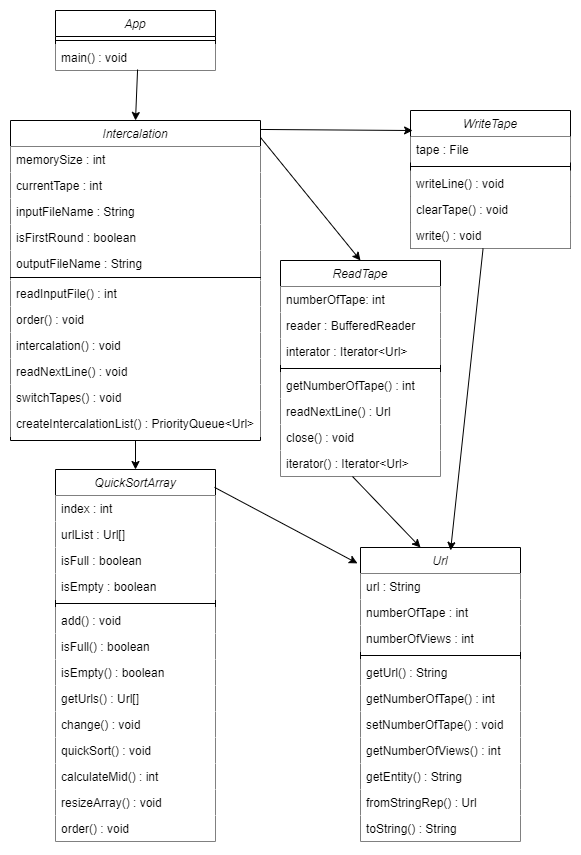
Above: images/diagramaDeClasses.png in luanaassis/fitas (draw.io), before the change. Source tidied: cells renumbered, new cells last; positions are measured from the earlier drawing's top-left corner, leaving out a move shared by most shapes. Its diagram source:
```xml
<mxGraphModel>
  <root>
    <mxCell id="0" />
    <mxCell id="1" parent="0" />
    <mxCell id="2" value="App" style="swimlane;fontStyle=2;align=center;verticalAlign=top;horizontal=1;startSize=26;rounded=0;shadow=0;strokeWidth=1;fillColor=#FFFFFF;" parent="1" vertex="1">
      <mxGeometry x="45" width="160" height="60" as="geometry" />
    </mxCell>
    <mxCell id="3" style="line;html=1;strokeWidth=1;align=left;verticalAlign=middle;spacingTop=-1;spacingLeft=3;spacingRight=3;labelPosition=right;fillColor=#FFFFFF;" parent="2" vertex="1">
      <mxGeometry y="26" width="160" height="8" as="geometry" />
    </mxCell>
    <mxCell id="4" value="main() : void" style="text;align=left;verticalAlign=top;spacingLeft=4;spacingRight=4;overflow=hidden;points=[[0,0.5],[1,0.5]];portConstraint=eastwest;fillColor=#FFFFFF;" parent="2" vertex="1">
      <mxGeometry y="34" width="160" height="26" as="geometry" />
    </mxCell>
    <mxCell id="5" value="Intercalation" style="swimlane;fontStyle=2;align=center;verticalAlign=top;horizontal=1;startSize=26;rounded=0;shadow=0;strokeWidth=1;fillColor=#FFFFFF;" parent="1" vertex="1">
      <mxGeometry y="110" width="250" height="320" as="geometry" />
    </mxCell>
    <mxCell id="6" value="memorySize : int" style="text;align=left;verticalAlign=top;spacingLeft=4;spacingRight=4;overflow=hidden;fillColor=#FFFFFF;" parent="5" vertex="1">
      <mxGeometry y="26" width="250" height="26" as="geometry" />
    </mxCell>
    <mxCell id="7" value="currentTape : int" style="text;align=left;verticalAlign=top;spacingLeft=4;spacingRight=4;overflow=hidden;fillColor=#FFFFFF;" parent="5" vertex="1">
      <mxGeometry y="52" width="250" height="26" as="geometry" />
    </mxCell>
    <mxCell id="8" value="inputFileName : String" style="text;align=left;verticalAlign=top;spacingLeft=4;spacingRight=4;overflow=hidden;fillColor=#FFFFFF;" parent="5" vertex="1">
      <mxGeometry y="78" width="250" height="26" as="geometry" />
    </mxCell>
    <mxCell id="9" value="isFirstRound : boolean" style="text;align=left;verticalAlign=top;spacingLeft=4;spacingRight=4;overflow=hidden;fillColor=#FFFFFF;" parent="5" vertex="1">
      <mxGeometry y="104" width="250" height="26" as="geometry" />
    </mxCell>
    <mxCell id="10" value="outputFileName : String" style="text;align=left;verticalAlign=top;spacingLeft=4;spacingRight=4;overflow=hidden;fillColor=#FFFFFF;" parent="5" vertex="1">
      <mxGeometry y="130" width="250" height="26" as="geometry" />
    </mxCell>
    <mxCell id="11" style="line;html=1;strokeWidth=1;align=left;verticalAlign=middle;spacingTop=-1;spacingLeft=3;spacingRight=3;labelPosition=right;fillColor=#FFFFFF;" parent="5" vertex="1">
      <mxGeometry y="156" width="250" height="2" as="geometry" />
    </mxCell>
    <mxCell id="12" style="text;align=left;verticalAlign=top;spacingLeft=4;spacingRight=4;overflow=hidden;fillColor=#FFFFFF;" parent="5" vertex="1">
      <mxGeometry y="158" width="250" height="2" as="geometry" />
    </mxCell>
    <mxCell id="13" value="readInputFile() : int" style="text;align=left;verticalAlign=top;spacingLeft=4;spacingRight=4;overflow=hidden;fillColor=#FFFFFF;" parent="5" vertex="1">
      <mxGeometry y="160" width="250" height="26" as="geometry" />
    </mxCell>
    <mxCell id="14" value="order() : void" style="text;align=left;verticalAlign=top;spacingLeft=4;spacingRight=4;overflow=hidden;fillColor=#FFFFFF;" parent="5" vertex="1">
      <mxGeometry y="186" width="250" height="26" as="geometry" />
    </mxCell>
    <mxCell id="15" value="intercalation() : void" style="text;align=left;verticalAlign=top;spacingLeft=4;spacingRight=4;overflow=hidden;fillColor=#FFFFFF;" parent="5" vertex="1">
      <mxGeometry y="212" width="250" height="26" as="geometry" />
    </mxCell>
    <mxCell id="16" value="readNextLine() : void" style="text;align=left;verticalAlign=top;spacingLeft=4;spacingRight=4;overflow=hidden;fillColor=#FFFFFF;" parent="5" vertex="1">
      <mxGeometry y="238" width="250" height="26" as="geometry" />
    </mxCell>
    <mxCell id="17" value="switchTapes() : void" style="text;align=left;verticalAlign=top;spacingLeft=4;spacingRight=4;overflow=hidden;fillColor=#FFFFFF;" parent="5" vertex="1">
      <mxGeometry y="264" width="250" height="26" as="geometry" />
    </mxCell>
    <mxCell id="18" value="createIntercalationList() : PriorityQueue&lt;Url&gt;" style="text;align=left;verticalAlign=top;spacingLeft=4;spacingRight=4;overflow=hidden;fillColor=#FFFFFF;" parent="5" vertex="1">
      <mxGeometry y="290" width="250" height="26" as="geometry" />
    </mxCell>
    <mxCell id="19" value="QuickSortArray" style="swimlane;fontStyle=2;align=center;verticalAlign=top;horizontal=1;startSize=26;rounded=0;shadow=0;strokeWidth=1;fillColor=#FFFFFF;" parent="1" vertex="1">
      <mxGeometry x="45" y="459" width="160" height="372" as="geometry" />
    </mxCell>
    <mxCell id="20" value="index : int" style="text;align=left;verticalAlign=top;spacingLeft=4;spacingRight=4;overflow=hidden;fillColor=#FFFFFF;" parent="19" vertex="1">
      <mxGeometry y="26" width="160" height="26" as="geometry" />
    </mxCell>
    <mxCell id="21" value="urlList : Url[]" style="text;align=left;verticalAlign=top;spacingLeft=4;spacingRight=4;overflow=hidden;rounded=0;shadow=0;html=0;fillColor=#FFFFFF;" parent="19" vertex="1">
      <mxGeometry y="52" width="160" height="26" as="geometry" />
    </mxCell>
    <mxCell id="22" value="isFull : boolean " style="text;align=left;verticalAlign=top;spacingLeft=4;spacingRight=4;overflow=hidden;rounded=0;shadow=0;html=0;fillColor=#FFFFFF;" parent="19" vertex="1">
      <mxGeometry y="78" width="160" height="26" as="geometry" />
    </mxCell>
    <mxCell id="23" value="isEmpty : boolean " style="text;align=left;verticalAlign=top;spacingLeft=4;spacingRight=4;overflow=hidden;rounded=0;shadow=0;html=0;fillColor=#FFFFFF;" parent="19" vertex="1">
      <mxGeometry y="104" width="160" height="26" as="geometry" />
    </mxCell>
    <mxCell id="24" style="line;html=1;strokeWidth=1;align=left;verticalAlign=middle;spacingTop=-1;spacingLeft=3;spacingRight=3;labelPosition=right;fillColor=#FFFFFF;" parent="19" vertex="1">
      <mxGeometry y="130" width="160" height="8" as="geometry" />
    </mxCell>
    <mxCell id="25" value="add() : void" style="text;align=left;verticalAlign=top;spacingLeft=4;spacingRight=4;overflow=hidden;rounded=0;shadow=0;html=0;fillColor=#FFFFFF;" parent="19" vertex="1">
      <mxGeometry y="138" width="160" height="26" as="geometry" />
    </mxCell>
    <mxCell id="26" value="isFull() : boolean" style="text;align=left;verticalAlign=top;spacingLeft=4;spacingRight=4;overflow=hidden;rounded=0;shadow=0;html=0;fillColor=#FFFFFF;" parent="19" vertex="1">
      <mxGeometry y="164" width="160" height="26" as="geometry" />
    </mxCell>
    <mxCell id="27" value="isEmpty() : boolean" style="text;align=left;verticalAlign=top;spacingLeft=4;spacingRight=4;overflow=hidden;rounded=0;shadow=0;html=0;fillColor=#FFFFFF;" parent="19" vertex="1">
      <mxGeometry y="190" width="160" height="26" as="geometry" />
    </mxCell>
    <mxCell id="28" value="getUrls() : Url[]" style="text;align=left;verticalAlign=top;spacingLeft=4;spacingRight=4;overflow=hidden;rounded=0;shadow=0;html=0;fillColor=#FFFFFF;" parent="19" vertex="1">
      <mxGeometry y="216" width="160" height="26" as="geometry" />
    </mxCell>
    <mxCell id="29" value="change() : void" style="text;align=left;verticalAlign=top;spacingLeft=4;spacingRight=4;overflow=hidden;rounded=0;shadow=0;html=0;fillColor=#FFFFFF;" parent="19" vertex="1">
      <mxGeometry y="242" width="160" height="26" as="geometry" />
    </mxCell>
    <mxCell id="30" value="quickSort() : void" style="text;align=left;verticalAlign=top;spacingLeft=4;spacingRight=4;overflow=hidden;rounded=0;shadow=0;html=0;fillColor=#FFFFFF;" parent="19" vertex="1">
      <mxGeometry y="268" width="160" height="26" as="geometry" />
    </mxCell>
    <mxCell id="31" value="calculateMid() : int" style="text;align=left;verticalAlign=top;spacingLeft=4;spacingRight=4;overflow=hidden;rounded=0;shadow=0;html=0;fillColor=#FFFFFF;" parent="19" vertex="1">
      <mxGeometry y="294" width="160" height="26" as="geometry" />
    </mxCell>
    <mxCell id="32" value="resizeArray() : void" style="text;align=left;verticalAlign=top;spacingLeft=4;spacingRight=4;overflow=hidden;rounded=0;shadow=0;html=0;fillColor=#FFFFFF;" parent="19" vertex="1">
      <mxGeometry y="320" width="160" height="26" as="geometry" />
    </mxCell>
    <mxCell id="33" value="order() : void" style="text;align=left;verticalAlign=top;spacingLeft=4;spacingRight=4;overflow=hidden;rounded=0;shadow=0;html=0;fillColor=#FFFFFF;" parent="19" vertex="1">
      <mxGeometry y="346" width="160" height="26" as="geometry" />
    </mxCell>
    <mxCell id="34" value="ReadTape&#10;" style="swimlane;fontStyle=2;align=center;verticalAlign=top;horizontal=1;startSize=26;rounded=0;shadow=0;strokeWidth=1;fillColor=#FFFFFF;" parent="1" vertex="1">
      <mxGeometry x="270" y="250" width="160" height="216" as="geometry" />
    </mxCell>
    <mxCell id="35" value="numberOfTape: int" style="text;align=left;verticalAlign=top;spacingLeft=4;spacingRight=4;overflow=hidden;fillColor=#FFFFFF;" parent="34" vertex="1">
      <mxGeometry y="26" width="160" height="26" as="geometry" />
    </mxCell>
    <mxCell id="36" value="reader : BufferedReader" style="text;align=left;verticalAlign=top;spacingLeft=4;spacingRight=4;overflow=hidden;rounded=0;shadow=0;html=0;fillColor=#FFFFFF;" parent="34" vertex="1">
      <mxGeometry y="52" width="160" height="26" as="geometry" />
    </mxCell>
    <mxCell id="37" value="interator : Iterator&lt;Url&gt;&#10;" style="text;align=left;verticalAlign=top;spacingLeft=4;spacingRight=4;overflow=hidden;rounded=0;shadow=0;html=0;fillColor=#FFFFFF;" parent="34" vertex="1">
      <mxGeometry y="78" width="160" height="26" as="geometry" />
    </mxCell>
    <mxCell id="38" style="line;html=1;strokeWidth=1;align=left;verticalAlign=middle;spacingTop=-1;spacingLeft=3;spacingRight=3;labelPosition=right;fillColor=#FFFFFF;" parent="34" vertex="1">
      <mxGeometry y="104" width="160" height="8" as="geometry" />
    </mxCell>
    <mxCell id="39" value="getNumberOfTape() : int" style="text;align=left;verticalAlign=top;spacingLeft=4;spacingRight=4;overflow=hidden;fillColor=#FFFFFF;" parent="34" vertex="1">
      <mxGeometry y="112" width="160" height="26" as="geometry" />
    </mxCell>
    <mxCell id="40" value="readNextLine() : Url" style="text;align=left;verticalAlign=top;spacingLeft=4;spacingRight=4;overflow=hidden;fillColor=#FFFFFF;" parent="34" vertex="1">
      <mxGeometry y="138" width="160" height="26" as="geometry" />
    </mxCell>
    <mxCell id="41" value="close() : void" style="text;align=left;verticalAlign=top;spacingLeft=4;spacingRight=4;overflow=hidden;fillColor=#FFFFFF;" parent="34" vertex="1">
      <mxGeometry y="164" width="160" height="26" as="geometry" />
    </mxCell>
    <mxCell id="42" value="iterator() : Iterator&lt;Url&gt;" style="text;align=left;verticalAlign=top;spacingLeft=4;spacingRight=4;overflow=hidden;points=[[0,0.5],[1,0.5]];portConstraint=eastwest;fillColor=#FFFFFF;" parent="34" vertex="1">
      <mxGeometry y="190" width="160" height="26" as="geometry" />
    </mxCell>
    <mxCell id="43" value="Url" style="swimlane;fontStyle=2;align=center;verticalAlign=top;horizontal=1;startSize=26;rounded=0;shadow=0;strokeWidth=1;fillColor=#FFFFFF;" parent="1" vertex="1">
      <mxGeometry x="350" y="537" width="160" height="294" as="geometry" />
    </mxCell>
    <mxCell id="44" value="url : String" style="text;align=left;verticalAlign=top;spacingLeft=4;spacingRight=4;overflow=hidden;fillColor=#FFFFFF;" parent="43" vertex="1">
      <mxGeometry y="26" width="160" height="26" as="geometry" />
    </mxCell>
    <mxCell id="45" value="numberOfTape : int" style="text;align=left;verticalAlign=top;spacingLeft=4;spacingRight=4;overflow=hidden;rounded=0;shadow=0;html=0;fillColor=#FFFFFF;" parent="43" vertex="1">
      <mxGeometry y="52" width="160" height="26" as="geometry" />
    </mxCell>
    <mxCell id="46" value="numberOfViews : int" style="text;align=left;verticalAlign=top;spacingLeft=4;spacingRight=4;overflow=hidden;rounded=0;shadow=0;html=0;fillColor=#FFFFFF;" parent="43" vertex="1">
      <mxGeometry y="78" width="160" height="26" as="geometry" />
    </mxCell>
    <mxCell id="47" style="line;html=1;strokeWidth=1;align=left;verticalAlign=middle;spacingTop=-1;spacingLeft=3;spacingRight=3;labelPosition=right;fillColor=#FFFFFF;" parent="43" vertex="1">
      <mxGeometry y="104" width="160" height="8" as="geometry" />
    </mxCell>
    <mxCell id="48" value="getUrl() : String" style="text;align=left;verticalAlign=top;spacingLeft=4;spacingRight=4;overflow=hidden;fillColor=#FFFFFF;" parent="43" vertex="1">
      <mxGeometry y="112" width="160" height="26" as="geometry" />
    </mxCell>
    <mxCell id="49" value="getNumberOfTape() : int" style="text;align=left;verticalAlign=top;spacingLeft=4;spacingRight=4;overflow=hidden;fillColor=#FFFFFF;" parent="43" vertex="1">
      <mxGeometry y="138" width="160" height="26" as="geometry" />
    </mxCell>
    <mxCell id="50" value="setNumberOfTape() : void" style="text;align=left;verticalAlign=top;spacingLeft=4;spacingRight=4;overflow=hidden;fillColor=#FFFFFF;" parent="43" vertex="1">
      <mxGeometry y="164" width="160" height="26" as="geometry" />
    </mxCell>
    <mxCell id="51" value="getNumberOfViews() : int" style="text;align=left;verticalAlign=top;spacingLeft=4;spacingRight=4;overflow=hidden;fillColor=#FFFFFF;" parent="43" vertex="1">
      <mxGeometry y="190" width="160" height="26" as="geometry" />
    </mxCell>
    <mxCell id="52" value="getEntity() : String" style="text;align=left;verticalAlign=top;spacingLeft=4;spacingRight=4;overflow=hidden;fillColor=#FFFFFF;" parent="43" vertex="1">
      <mxGeometry y="216" width="160" height="26" as="geometry" />
    </mxCell>
    <mxCell id="53" value="fromStringRep() : Url" style="text;align=left;verticalAlign=top;spacingLeft=4;spacingRight=4;overflow=hidden;fillColor=#FFFFFF;" parent="43" vertex="1">
      <mxGeometry y="242" width="160" height="26" as="geometry" />
    </mxCell>
    <mxCell id="54" value="toString() : String" style="text;align=left;verticalAlign=top;spacingLeft=4;spacingRight=4;overflow=hidden;fillColor=#FFFFFF;" parent="43" vertex="1">
      <mxGeometry y="268" width="160" height="26" as="geometry" />
    </mxCell>
    <mxCell id="55" value="WriteTape" style="swimlane;fontStyle=2;align=center;verticalAlign=top;horizontal=1;startSize=26;rounded=0;shadow=0;strokeWidth=1;fillColor=#FFFFFF;" parent="1" vertex="1">
      <mxGeometry x="400" y="100" width="160" height="138" as="geometry" />
    </mxCell>
    <mxCell id="56" value="tape : File" style="text;align=left;verticalAlign=top;spacingLeft=4;spacingRight=4;overflow=hidden;fillColor=#FFFFFF;" parent="55" vertex="1">
      <mxGeometry y="26" width="160" height="26" as="geometry" />
    </mxCell>
    <mxCell id="57" style="line;html=1;strokeWidth=1;align=left;verticalAlign=middle;spacingTop=-1;spacingLeft=3;spacingRight=3;labelPosition=right;fillColor=#FFFFFF;" parent="55" vertex="1">
      <mxGeometry y="52" width="160" height="8" as="geometry" />
    </mxCell>
    <mxCell id="58" value="writeLine() : void" style="text;align=left;verticalAlign=top;spacingLeft=4;spacingRight=4;overflow=hidden;fillColor=#FFFFFF;" parent="55" vertex="1">
      <mxGeometry y="60" width="160" height="26" as="geometry" />
    </mxCell>
    <mxCell id="59" value="clearTape() : void" style="text;align=left;verticalAlign=top;spacingLeft=4;spacingRight=4;overflow=hidden;fillColor=#FFFFFF;" parent="55" vertex="1">
      <mxGeometry y="86" width="160" height="26" as="geometry" />
    </mxCell>
    <mxCell id="60" value="write() : void" style="text;align=left;verticalAlign=top;spacingLeft=4;spacingRight=4;overflow=hidden;fillColor=#FFFFFF;" parent="55" vertex="1">
      <mxGeometry y="112" width="160" height="26" as="geometry" />
    </mxCell>
    <mxCell id="61" style="endArrow=classic;html=1;rounded=0;entryX=0.5;entryY=0;entryDx=0;entryDy=0;exitX=0.513;exitY=0.962;exitDx=0;exitDy=0;exitPerimeter=0;" parent="1" edge="1" source="4" target="5">
      <mxGeometry relative="1" as="geometry" />
    </mxCell>
    <mxCell id="62" style="endArrow=classic;html=1;rounded=0;entryX=0.5;entryY=0;entryDx=0;entryDy=0;exitX=1;exitY=0.053;exitDx=0;exitDy=0;exitPerimeter=0;" parent="1" edge="1" source="5" target="34">
      <mxGeometry relative="1" as="geometry" />
    </mxCell>
    <mxCell id="63" style="endArrow=classic;html=1;rounded=0;exitX=1;exitY=0.028;exitDx=0;exitDy=0;exitPerimeter=0;entryX=0.013;entryY=0.145;entryDx=0;entryDy=0;entryPerimeter=0;" parent="1" edge="1" source="5" target="55">
      <mxGeometry relative="1" as="geometry" />
    </mxCell>
    <mxCell id="64" style="endArrow=classic;html=1;rounded=0;entryX=0.5;entryY=0;entryDx=0;entryDy=0;exitX=0.5;exitY=1;exitDx=0;exitDy=0;" parent="1" edge="1" source="5" target="19">
      <mxGeometry relative="1" as="geometry" />
    </mxCell>
    <mxCell id="65" style="endArrow=classic;html=1;rounded=0;entryX=-0.019;entryY=0.054;entryDx=0;entryDy=0;entryPerimeter=0;exitX=0.994;exitY=0.048;exitDx=0;exitDy=0;exitPerimeter=0;" parent="1" edge="1" source="19" target="43">
      <mxGeometry relative="1" as="geometry" />
    </mxCell>
    <mxCell id="66" style="endArrow=classic;html=1;rounded=0;exitX=0.45;exitY=1;exitDx=0;exitDy=0;exitPerimeter=0;entryX=0.375;entryY=0;entryDx=0;entryDy=0;entryPerimeter=0;" parent="1" edge="1" source="42" target="43">
      <mxGeometry relative="1" as="geometry" />
    </mxCell>
    <mxCell id="67" style="endArrow=classic;html=1;rounded=0;entryX=0.563;entryY=0.01;entryDx=0;entryDy=0;entryPerimeter=0;" parent="1" edge="1" source="55" target="43">
      <mxGeometry relative="1" as="geometry" />
    </mxCell>
  </root>
</mxGraphModel>
```
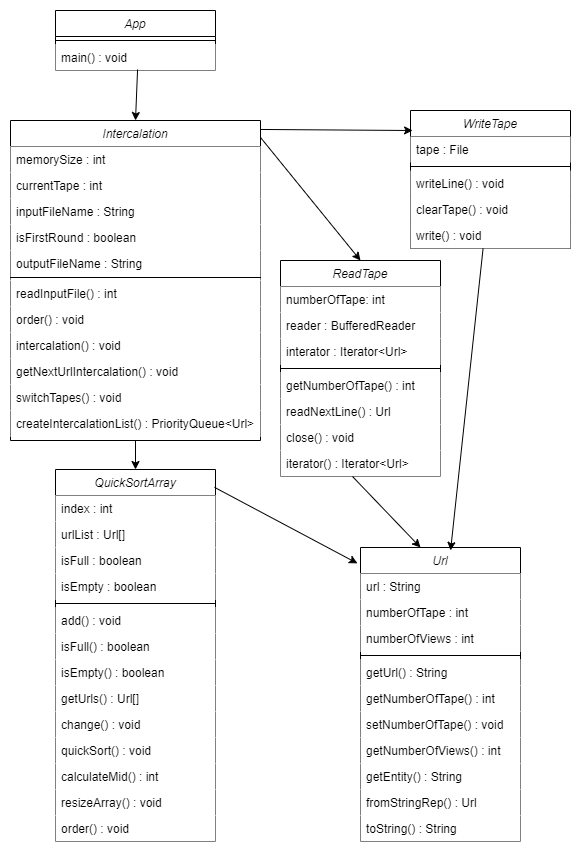
After the commit.

Commit message:
Descrição das classes, alteração de nomeclatura de método e novo diagrama de classe

What changed in the source:
```diff
@@ -44,7 +44,7 @@
     <mxCell id="15" value="intercalation() : void" style="text;align=left;verticalAlign=top;spacingLeft=4;spacingRight=4;overflow=hidden;fillColor=#FFFFFF;" parent="5" vertex="1">
       <mxGeometry y="212" width="250" height="26" as="geometry" />
     </mxCell>
-    <mxCell id="16" value="readNextLine() : void" style="text;align=left;verticalAlign=top;spacingLeft=4;spacingRight=4;overflow=hidden;fillColor=#FFFFFF;" parent="5" vertex="1">
+    <mxCell id="16" value="getNextUrlIntercalation() : void" style="text;align=left;verticalAlign=top;spacingLeft=4;spacingRight=4;overflow=hidden;fillColor=#FFFFFF;" parent="5" vertex="1">
       <mxGeometry y="238" width="250" height="26" as="geometry" />
     </mxCell>
     <mxCell id="17" value="switchTapes() : void" style="text;align=left;verticalAlign=top;spacingLeft=4;spacingRight=4;overflow=hidden;fillColor=#FFFFFF;" parent="5" vertex="1">
```
